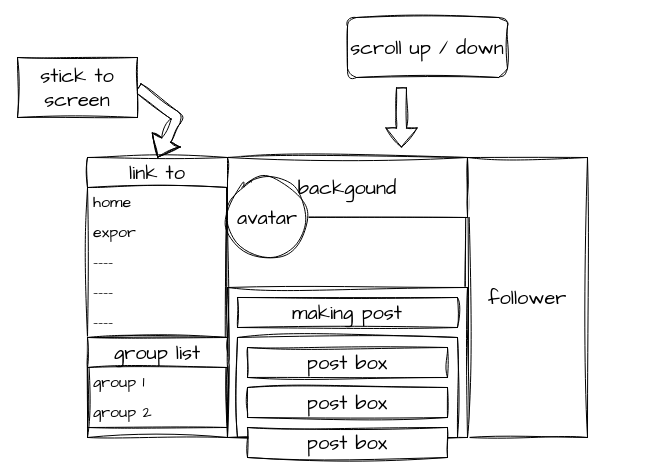
Earlier version of the draw.io diagram frontend/ui/main_2.dio (Mainm0e/social-network). Source tidied: cells renumbered, new cells numbered last; positions are measured from the earlier drawing's top-left corner, leaving out a move shared by most shapes. Both pictures are drawn from the tidied source at 100%, with x=0, y=0 at pixel (17, 17).
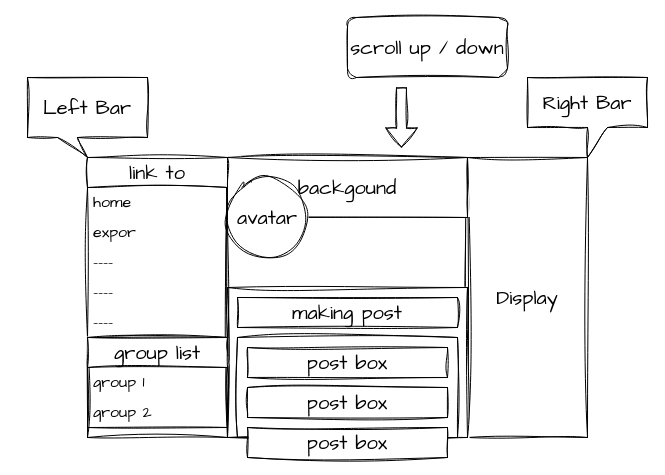
The same page after the edit.

Unchanged cells that the change refers to:
```xml
<mxCell id="7" value="link to" style="swimlane;fontStyle=0;horizontal=1;startSize=30;whiteSpace=wrap;html=1;sketch=1;hachureGap=4;jiggle=2;curveFitting=1;fontFamily=Architects Daughter;fontSize=20;" parent="1" vertex="1">
  <mxGeometry x="70" y="140" width="140" height="180" as="geometry" />
</mxCell>
```

What changed in the source:
```diff
@@
-    <mxCell id="3" value="follower" style="rounded=0;whiteSpace=wrap;html=1;sketch=1;hachureGap=4;jiggle=2;curveFitting=1;fontFamily=Architects Daughter;fontSize=20;" parent="1" vertex="1">
+    <mxCell id="3" value="Display" style="rounded=0;whiteSpace=wrap;html=1;sketch=1;hachureGap=4;jiggle=2;curveFitting=1;fontFamily=Architects Daughter;fontSize=20;" parent="1" vertex="1">
       <mxGeometry x="450" y="140" width="120" height="280" as="geometry" />
     </mxCell>
@@
-    <mxCell id="24" style="shape=flexArrow;endArrow=classic;html=1;sketch=1;hachureGap=4;jiggle=2;curveFitting=1;fontFamily=Architects Daughter;fontSize=16;entryX=0.5;entryY=0;entryDx=0;entryDy=0;exitX=1;exitY=0.5;exitDx=0;exitDy=0;" parent="1" edge="1" source="25" target="7">
-      <mxGeometry relative="1" as="geometry">
-        <Array as="points">
-          <mxPoint x="160" y="100" />
-        </Array>
-      </mxGeometry>
-    </mxCell>
-    <mxCell id="25" value="stick to screen" style="rounded=0;whiteSpace=wrap;html=1;sketch=1;hachureGap=4;jiggle=2;curveFitting=1;fontFamily=Architects Daughter;fontSize=20;" parent="1" vertex="1">
-      <mxGeometry y="40" width="120" height="60" as="geometry" />
-    </mxCell>
+    <mxCell id="26" value="Right Bar" style="shape=callout;whiteSpace=wrap;html=1;perimeter=calloutPerimeter;sketch=1;hachureGap=4;jiggle=2;curveFitting=1;fontFamily=Architects Daughter;fontSize=20;" parent="1" vertex="1">
+      <mxGeometry x="510" y="60" width="120" height="80" as="geometry" />
+    </mxCell>
+    <mxCell id="27" value="Left Bar" style="shape=callout;whiteSpace=wrap;html=1;perimeter=calloutPerimeter;sketch=1;hachureGap=4;jiggle=2;curveFitting=1;fontFamily=Architects Daughter;fontSize=20;size=20;position=0.25;" parent="1" vertex="1">
+      <mxGeometry x="10" y="60" width="120" height="80" as="geometry" />
+    </mxCell>
```
